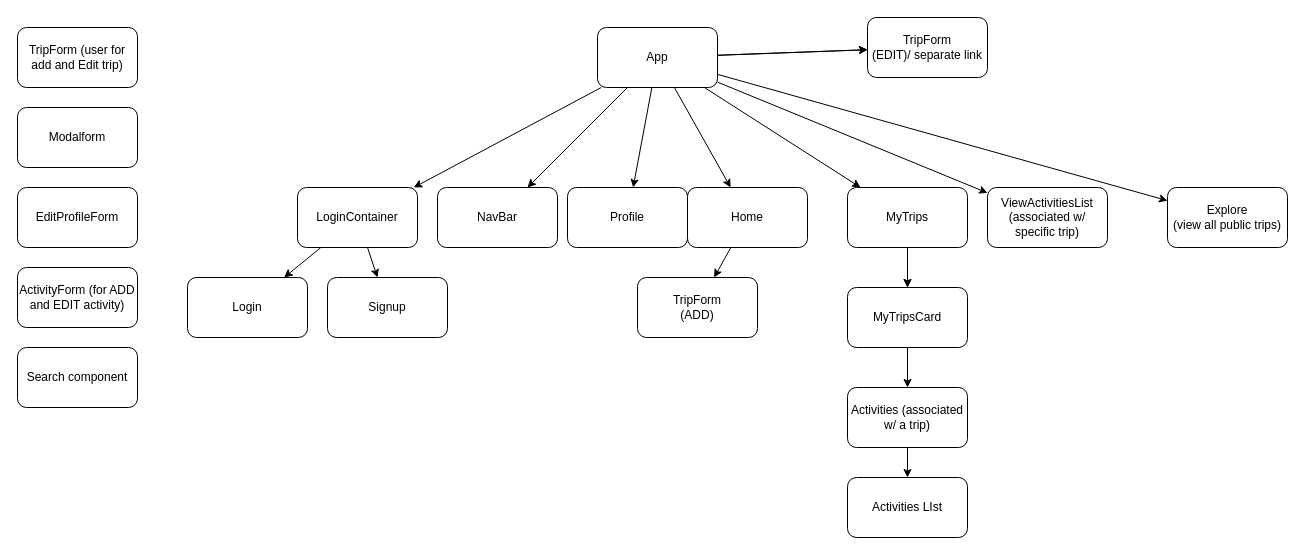
The draw.io diagram client/structure.drawio in Schmidt217/travel-journal, before the edit. Source tidied: cells renumbered, new cells numbered last; positions are measured from the earlier drawing's top-left corner, leaving out a move shared by most shapes. Both pictures are drawn from the tidied source at 100%, with x=0, y=0 at pixel (17, 17).
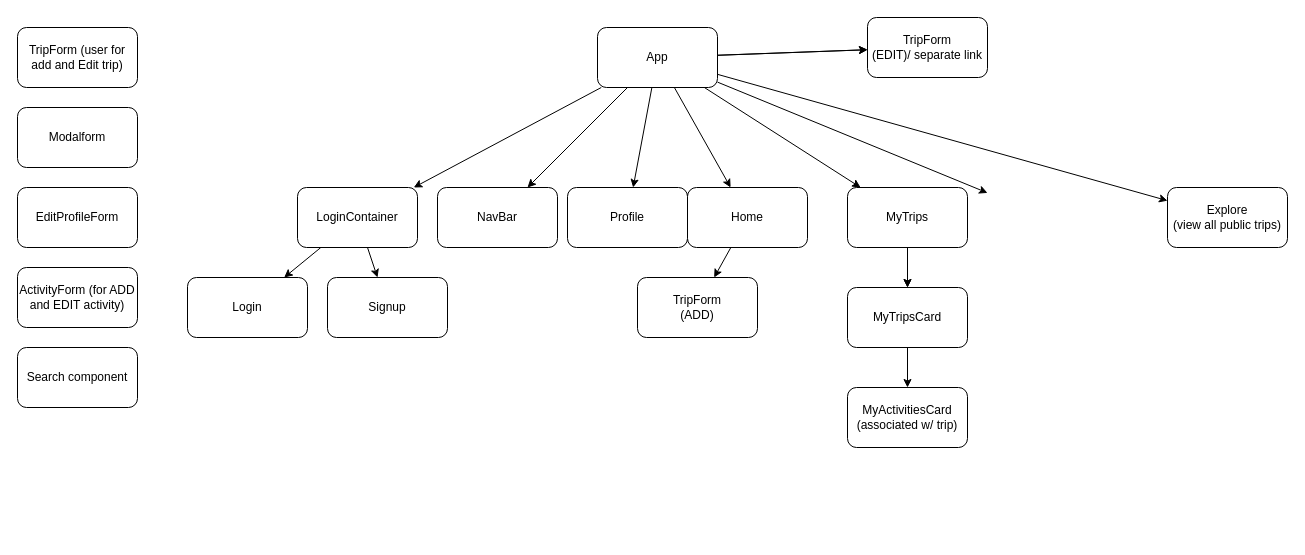
The same page after the edit.

Unchanged cells that the change refers to:
```xml
<mxCell id="11" value="App" style="rounded=1;whiteSpace=wrap;html=1;" parent="1" vertex="1">
  <mxGeometry x="580" y="10" width="120" height="60" as="geometry" />
</mxCell>
```

The edit, as a diff of the source:
```diff
@@
-    <mxCell id="9" style="edgeStyle=none;html=1;" parent="1" edge="1" source="11" target="35">
-      <mxGeometry relative="1" as="geometry" />
+    <mxCell id="9" style="edgeStyle=none;html=1;" parent="1" edge="1" source="11">
+      <mxGeometry relative="1" as="geometry">
+        <mxPoint x="970" y="175.4" as="targetPoint" />
+      </mxGeometry>
     </mxCell>
@@
-    <mxCell id="30" style="edgeStyle=none;html=1;" parent="1" edge="1" source="31" target="34">
-      <mxGeometry relative="1" as="geometry" />
-    </mxCell>
-    <mxCell id="31" value="Activities (associated w/ a trip)" style="rounded=1;whiteSpace=wrap;html=1;" parent="1" vertex="1">
+    <mxCell id="31" value="MyActivitiesCard (associated w/ trip)" style="rounded=1;whiteSpace=wrap;html=1;" parent="1" vertex="1">
       <mxGeometry x="830" y="370" width="120" height="60" as="geometry" />
     </mxCell>
@@
-    <mxCell id="34" value="Activities LIst" style="whiteSpace=wrap;html=1;rounded=1;" parent="1" vertex="1">
-      <mxGeometry x="830" y="460" width="120" height="60" as="geometry" />
-    </mxCell>
-    <mxCell id="35" value="ViewActivitiesList (associated w/ specific trip)" style="rounded=1;whiteSpace=wrap;html=1;" parent="1" vertex="1">
-      <mxGeometry x="970" y="170" width="120" height="60" as="geometry" />
-    </mxCell>
```
